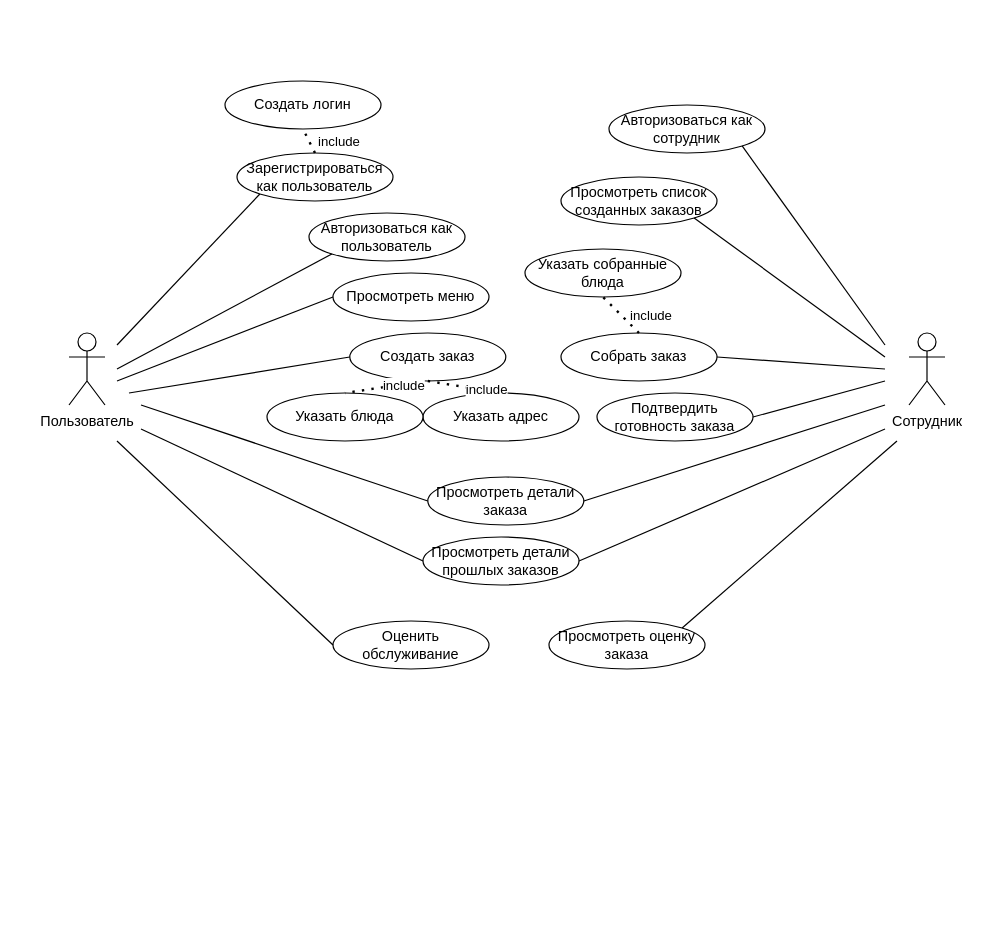
Nuikut/fastapi-react-delivery keeps this draw.io diagram as doc/use-case.drawio. Above is the earlier version. Source tidied: cells renumbered, new cells numbered last; positions are measured from the earlier drawing's top-left corner, leaving out a move shared by most shapes. Both pictures are drawn from the tidied source at 120%, with x=0, y=0 at pixel (68, 80).
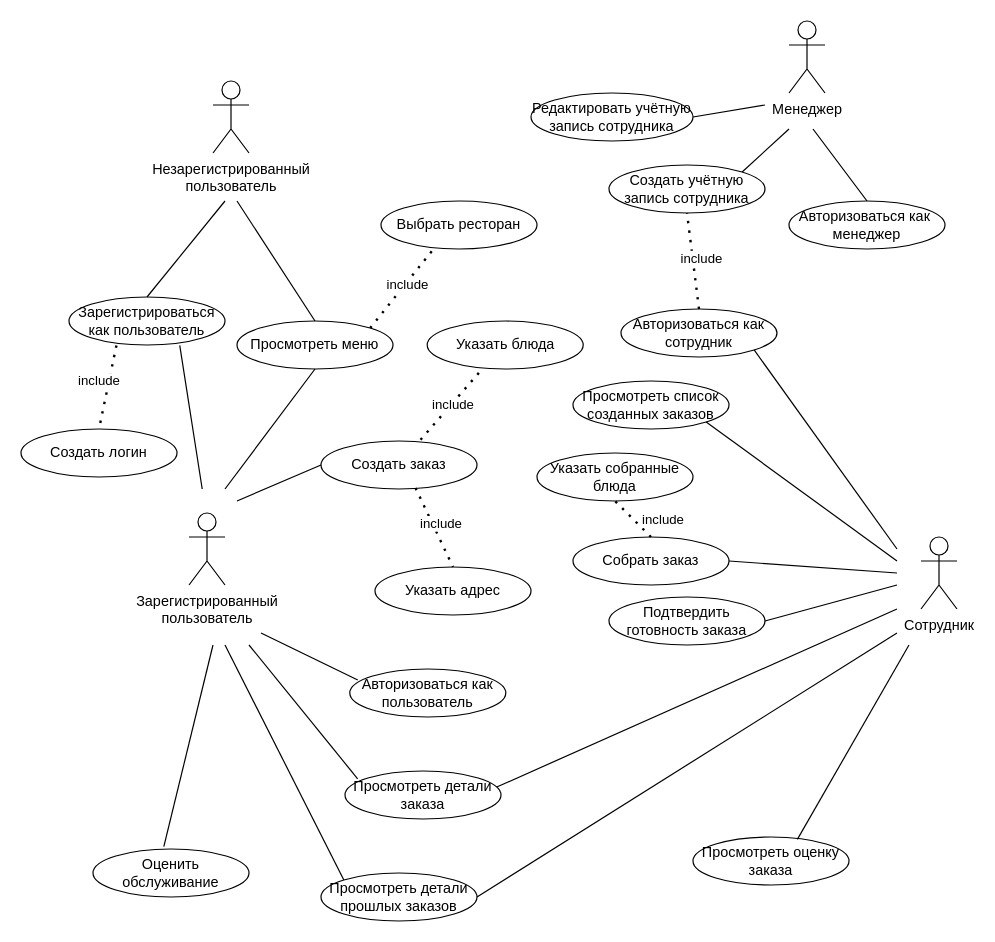
The same page after the edit.

The edit, as a diff of the source:
```diff
@@
-    <mxCell id="2" value="Пользователь" style="shape=umlActor;verticalLabelPosition=bottom;verticalAlign=top;html=1;" parent="1" vertex="1">
-      <mxGeometry y="210" width="30" height="60" as="geometry" />
+    <mxCell id="2" value="Зарегистрированный &lt;br&gt;пользователь" style="shape=umlActor;verticalLabelPosition=bottom;verticalAlign=top;html=1;" parent="1" vertex="1">
+      <mxGeometry x="100" y="360" width="30" height="60" as="geometry" />
     </mxCell>
     <mxCell id="3" value="Сотрудник" style="shape=umlActor;verticalLabelPosition=bottom;verticalAlign=top;html=1;" parent="1" vertex="1">
-      <mxGeometry x="700" y="210" width="30" height="60" as="geometry" />
+      <mxGeometry x="710" y="380" width="30" height="60" as="geometry" />
     </mxCell>
     <mxCell id="4" value="Зарегистрироваться&lt;br&gt;как пользователь" style="ellipse;whiteSpace=wrap;html=1;" parent="1" vertex="1">
-      <mxGeometry x="140" y="60" width="130" height="40" as="geometry" />
+      <mxGeometry y="180" width="130" height="40" as="geometry" />
     </mxCell>
     <mxCell id="5" value="Авторизоваться как пользователь" style="ellipse;whiteSpace=wrap;html=1;" parent="1" vertex="1">
-      <mxGeometry x="200" y="110" width="130" height="40" as="geometry" />
+      <mxGeometry x="234" y="490" width="130" height="40" as="geometry" />
     </mxCell>
     <mxCell id="6" value="Создать заказ" style="ellipse;whiteSpace=wrap;html=1;" parent="1" vertex="1">
-      <mxGeometry x="234" y="210" width="130" height="40" as="geometry" />
+      <mxGeometry x="210" y="300" width="130" height="40" as="geometry" />
     </mxCell>
-    <mxCell id="7" style="endArrow=none;html=1;rounded=0;entryX=0;entryY=1;entryDx=0;entryDy=0;" parent="1" edge="1" target="4">
-      <mxGeometry relative="1" as="geometry">
-        <mxPoint x="40" y="220" as="sourcePoint" />
-      </mxGeometry>
-    </mxCell>
     <mxCell id="8" value="Создать логин" style="ellipse;whiteSpace=wrap;html=1;" parent="1" vertex="1">
-      <mxGeometry x="130" width="130" height="40" as="geometry" />
+      <mxGeometry x="-40" y="290" width="130" height="40" as="geometry" />
     </mxCell>
     <mxCell id="9" value="Указать адрес" style="ellipse;whiteSpace=wrap;html=1;" parent="1" vertex="1">
-      <mxGeometry x="295" y="260" width="130" height="40" as="geometry" />
+      <mxGeometry x="255" y="405" width="130" height="40" as="geometry" />
     </mxCell>
     <mxCell id="10" value="Просмотреть меню" style="ellipse;whiteSpace=wrap;html=1;" parent="1" vertex="1">
-      <mxGeometry x="220" y="160" width="130" height="40" as="geometry" />
+      <mxGeometry x="140" y="200" width="130" height="40" as="geometry" />
     </mxCell>
     <mxCell id="11" value="Указать блюда" style="ellipse;whiteSpace=wrap;html=1;" parent="1" vertex="1">
-      <mxGeometry x="165" y="260" width="130" height="40" as="geometry" />
+      <mxGeometry x="298.5" y="200" width="130" height="40" as="geometry" />
     </mxCell>
-    <mxCell id="12" style="endArrow=none;html=1;rounded=0;exitX=1;exitY=0.3333333333333333;exitDx=0;exitDy=0;exitPerimeter=0;entryX=0;entryY=1;entryDx=0;entryDy=0;" parent="1" edge="1" target="5">
+    <mxCell id="12" style="endArrow=none;html=1;rounded=0;entryX=0.051;entryY=0.228;entryDx=0;entryDy=0;entryPerimeter=0;" parent="1" edge="1" target="5">
       <mxGeometry relative="1" as="geometry">
-        <mxPoint x="40" y="240" as="sourcePoint" />
+        <mxPoint x="160" y="460" as="sourcePoint" />
       </mxGeometry>
     </mxCell>
-    <mxCell id="13" style="endArrow=none;html=1;rounded=0;entryX=0;entryY=0.5;entryDx=0;entryDy=0;" parent="1" edge="1" target="10">
-      <mxGeometry relative="1" as="geometry">
-        <mxPoint x="40" y="250" as="sourcePoint" />
-      </mxGeometry>
-    </mxCell>
-    <mxCell id="14" style="endArrow=none;dashed=1;html=1;dashPattern=1 3;strokeWidth=2;rounded=0;entryX=0.5;entryY=1;entryDx=0;entryDy=0;exitX=0.5;exitY=0;exitDx=0;exitDy=0;" parent="1" edge="1" source="4" target="8">
+    <mxCell id="14" style="endArrow=none;dashed=1;html=1;dashPattern=1 3;strokeWidth=2;rounded=0;entryX=0.5;entryY=0;entryDx=0;entryDy=0;exitX=0.304;exitY=1.008;exitDx=0;exitDy=0;exitPerimeter=0;" parent="1" edge="1" source="4" target="8">
       <mxGeometry relative="1" as="geometry" />
     </mxCell>
     <mxCell id="15" value="include" style="edgeLabel;html=1;align=center;verticalAlign=middle;" parent="14" vertex="1">
       <mxGeometry x="-0.12" y="-2" relative="1" as="geometry">
-        <mxPoint x="22" as="offset" />
+        <mxPoint x="-7" y="-1" as="offset" />
       </mxGeometry>
     </mxCell>
-    <mxCell id="16" style="endArrow=none;html=1;rounded=0;entryX=0;entryY=0.5;entryDx=0;entryDy=0;" parent="1" edge="1" target="6">
-      <mxGeometry relative="1" as="geometry">
-        <mxPoint x="50" y="260" as="sourcePoint" />
-      </mxGeometry>
-    </mxCell>
-    <mxCell id="17" style="endArrow=none;dashed=1;html=1;dashPattern=1 3;strokeWidth=2;rounded=0;entryX=0.5;entryY=0;entryDx=0;entryDy=0;exitX=0.336;exitY=1.071;exitDx=0;exitDy=0;exitPerimeter=0;" parent="1" edge="1" source="6" target="11">
+    <mxCell id="17" style="endArrow=none;dashed=1;html=1;dashPattern=1 3;strokeWidth=2;rounded=0;entryX=0.351;entryY=1.007;entryDx=0;entryDy=0;exitX=0.638;exitY=-0.025;exitDx=0;exitDy=0;entryPerimeter=0;exitPerimeter=0;" parent="1" edge="1" source="6" target="11">
       <mxGeometry relative="1" as="geometry" />
     </mxCell>
     <mxCell id="18" value="include" style="edgeLabel;html=1;align=center;verticalAlign=middle;" parent="17" vertex="1">
       <mxGeometry x="-0.12" y="-2" relative="1" as="geometry">
-        <mxPoint x="22" as="offset" />
+        <mxPoint x="3" y="-5" as="offset" />
       </mxGeometry>
     </mxCell>
-    <mxCell id="19" style="endArrow=none;dashed=1;html=1;dashPattern=1 3;strokeWidth=2;rounded=0;entryX=0.5;entryY=0;entryDx=0;entryDy=0;exitX=0.5;exitY=1;exitDx=0;exitDy=0;" parent="1" edge="1" source="6" target="9">
+    <mxCell id="19" style="endArrow=none;dashed=1;html=1;dashPattern=1 3;strokeWidth=2;rounded=0;entryX=0.5;entryY=0;entryDx=0;entryDy=0;exitX=0.606;exitY=0.978;exitDx=0;exitDy=0;exitPerimeter=0;" parent="1" edge="1" source="6" target="9">
       <mxGeometry relative="1" as="geometry" />
     </mxCell>
     <mxCell id="20" value="include" style="edgeLabel;html=1;align=center;verticalAlign=middle;" parent="19" vertex="1">
       <mxGeometry x="-0.12" y="-2" relative="1" as="geometry">
-        <mxPoint x="22" as="offset" />
+        <mxPoint x="9" as="offset" />
       </mxGeometry>
     </mxCell>
-    <mxCell id="21" style="endArrow=none;html=1;rounded=0;entryX=0;entryY=0.5;entryDx=0;entryDy=0;" parent="1" edge="1" target="41">
+    <mxCell id="21" style="endArrow=none;html=1;rounded=0;entryX=0.081;entryY=0.162;entryDx=0;entryDy=0;entryPerimeter=0;" parent="1" edge="1" target="41">
       <mxGeometry relative="1" as="geometry">
-        <mxPoint x="60" y="270" as="sourcePoint" />
+        <mxPoint x="150" y="470" as="sourcePoint" />
       </mxGeometry>
     </mxCell>
-    <mxCell id="22" style="endArrow=none;html=1;rounded=0;entryX=0;entryY=0.5;entryDx=0;entryDy=0;" parent="1" edge="1" target="40">
+    <mxCell id="22" style="endArrow=none;html=1;rounded=0;entryX=0;entryY=0;entryDx=0;entryDy=0;" parent="1" edge="1" target="40">
       <mxGeometry relative="1" as="geometry">
-        <mxPoint x="60" y="290" as="sourcePoint" />
+        <mxPoint x="130" y="470" as="sourcePoint" />
       </mxGeometry>
     </mxCell>
-    <mxCell id="23" style="endArrow=none;html=1;rounded=0;exitX=1;exitY=0.5;exitDx=0;exitDy=0;" parent="1" edge="1" source="41">
+    <mxCell id="23" style="endArrow=none;html=1;rounded=0;exitX=0.962;exitY=0.35;exitDx=0;exitDy=0;exitPerimeter=0;" parent="1" edge="1" source="41">
       <mxGeometry relative="1" as="geometry">
-        <mxPoint x="680" y="270" as="targetPoint" />
+        <mxPoint x="690" y="440" as="targetPoint" />
       </mxGeometry>
     </mxCell>
     <mxCell id="24" style="endArrow=none;html=1;rounded=0;exitX=1;exitY=0.5;exitDx=0;exitDy=0;" parent="1" edge="1" source="40">
       <mxGeometry relative="1" as="geometry">
-        <mxPoint x="680" y="290" as="targetPoint" />
+        <mxPoint x="690" y="460" as="targetPoint" />
       </mxGeometry>
     </mxCell>
     <mxCell id="25" value="Собрать заказ" style="ellipse;whiteSpace=wrap;html=1;" parent="1" vertex="1">
-      <mxGeometry x="410" y="210" width="130" height="40" as="geometry" />
+      <mxGeometry x="420" y="380" width="130" height="40" as="geometry" />
     </mxCell>
     <mxCell id="26" value="Авторизоваться как сотрудник" style="ellipse;whiteSpace=wrap;html=1;" parent="1" vertex="1">
-      <mxGeometry x="450" y="20" width="130" height="40" as="geometry" />
+      <mxGeometry x="460" y="190" width="130" height="40" as="geometry" />
     </mxCell>
     <mxCell id="27" value="Подтвердить готовность заказа" style="ellipse;whiteSpace=wrap;html=1;" parent="1" vertex="1">
-      <mxGeometry x="440" y="260" width="130" height="40" as="geometry" />
+      <mxGeometry x="450" y="430" width="130" height="40" as="geometry" />
     </mxCell>
     <mxCell id="28" value="Оценить обслуживание" style="ellipse;whiteSpace=wrap;html=1;" parent="1" vertex="1">
-      <mxGeometry x="220" y="450" width="130" height="40" as="geometry" />
+      <mxGeometry x="20" y="640" width="130" height="40" as="geometry" />
     </mxCell>
-    <mxCell id="29" style="endArrow=none;html=1;rounded=0;entryX=0;entryY=0.5;entryDx=0;entryDy=0;" parent="1" edge="1" target="28">
+    <mxCell id="29" style="endArrow=none;html=1;rounded=0;entryX=0.454;entryY=-0.05;entryDx=0;entryDy=0;entryPerimeter=0;" parent="1" edge="1" target="28">
       <mxGeometry relative="1" as="geometry">
-        <mxPoint x="40" y="300" as="sourcePoint" />
+        <mxPoint x="120" y="470" as="sourcePoint" />
       </mxGeometry>
     </mxCell>
     <mxCell id="30" style="endArrow=none;html=1;rounded=0;exitX=1;exitY=0.5;exitDx=0;exitDy=0;" parent="1" edge="1" source="27">
       <mxGeometry relative="1" as="geometry">
-        <mxPoint x="680" y="250" as="targetPoint" />
+        <mxPoint x="690" y="420" as="targetPoint" />
       </mxGeometry>
     </mxCell>
     <mxCell id="31" style="endArrow=none;html=1;rounded=0;exitX=1;exitY=0.5;exitDx=0;exitDy=0;" parent="1" edge="1" source="25">
       <mxGeometry relative="1" as="geometry">
-        <mxPoint x="680" y="240" as="targetPoint" />
+        <mxPoint x="690" y="410" as="targetPoint" />
       </mxGeometry>
     </mxCell>
     <mxCell id="32" style="endArrow=none;html=1;rounded=0;exitX=1;exitY=1;exitDx=0;exitDy=0;" parent="1" edge="1" source="26">
       <mxGeometry relative="1" as="geometry">
-        <mxPoint x="680" y="220" as="targetPoint" />
+        <mxPoint x="690" y="390" as="targetPoint" />
       </mxGeometry>
     </mxCell>
     <mxCell id="33" value="Просмотреть список созданных заказов" style="ellipse;whiteSpace=wrap;html=1;" parent="1" vertex="1">
-      <mxGeometry x="410" y="80" width="130" height="40" as="geometry" />
+      <mxGeometry x="420" y="250" width="130" height="40" as="geometry" />
     </mxCell>
     <mxCell id="34" style="endArrow=none;html=1;rounded=0;exitX=1;exitY=1;exitDx=0;exitDy=0;" parent="1" edge="1" source="33">
       <mxGeometry relative="1" as="geometry">
-        <mxPoint x="680" y="230" as="targetPoint" />
+        <mxPoint x="690" y="400" as="targetPoint" />
       </mxGeometry>
     </mxCell>
     <mxCell id="35" value="Указать собранные блюда" style="ellipse;whiteSpace=wrap;html=1;" parent="1" vertex="1">
-      <mxGeometry x="380" y="140" width="130" height="40" as="geometry" />
+      <mxGeometry x="390" y="310" width="130" height="40" as="geometry" />
     </mxCell>
@@
     <mxCell id="38" value="Просмотреть оценку заказа" style="ellipse;whiteSpace=wrap;html=1;" parent="1" vertex="1">
-      <mxGeometry x="400" y="450" width="130" height="40" as="geometry" />
+      <mxGeometry x="520" y="630" width="130" height="40" as="geometry" />
     </mxCell>
-    <mxCell id="39" style="endArrow=none;html=1;rounded=0;exitX=1;exitY=0;exitDx=0;exitDy=0;" parent="1" edge="1" source="38">
+    <mxCell id="39" style="endArrow=none;html=1;rounded=0;exitX=0.669;exitY=0.05;exitDx=0;exitDy=0;exitPerimeter=0;" parent="1" edge="1" source="38">
       <mxGeometry relative="1" as="geometry">
-        <mxPoint x="690" y="300" as="targetPoint" />
+        <mxPoint x="700" y="470" as="targetPoint" />
       </mxGeometry>
     </mxCell>
     <mxCell id="40" value="Просмотреть детали прошлых заказов" style="ellipse;whiteSpace=wrap;html=1;" parent="1" vertex="1">
-      <mxGeometry x="295" y="380" width="130" height="40" as="geometry" />
+      <mxGeometry x="210" y="660" width="130" height="40" as="geometry" />
     </mxCell>
     <mxCell id="41" value="Просмотреть детали заказа" style="ellipse;whiteSpace=wrap;html=1;" parent="1" vertex="1">
-      <mxGeometry x="299" y="330" width="130" height="40" as="geometry" />
+      <mxGeometry x="230" y="575" width="130" height="40" as="geometry" />
     </mxCell>
+    <mxCell id="42" value="Менеджер" style="shape=umlActor;verticalLabelPosition=bottom;verticalAlign=top;html=1;" parent="1" vertex="1">
+      <mxGeometry x="600" y="-50" width="30" height="60" as="geometry" />
+    </mxCell>
+    <mxCell id="43" value="Авторизоваться как&amp;nbsp;&lt;br&gt;менеджер" style="ellipse;whiteSpace=wrap;html=1;" parent="1" vertex="1">
+      <mxGeometry x="600" y="100" width="130" height="40" as="geometry" />
+    </mxCell>
+    <mxCell id="44" value="Создать учётную запись сотрудника" style="ellipse;whiteSpace=wrap;html=1;" parent="1" vertex="1">
+      <mxGeometry x="450" y="70" width="130" height="40" as="geometry" />
+    </mxCell>
+    <mxCell id="45" style="endArrow=none;dashed=1;html=1;dashPattern=1 3;strokeWidth=2;rounded=0;entryX=0.5;entryY=1;entryDx=0;entryDy=0;exitX=0.5;exitY=0;exitDx=0;exitDy=0;" parent="1" edge="1" source="26" target="44">
+      <mxGeometry relative="1" as="geometry" />
+    </mxCell>
+    <mxCell id="46" value="include" style="edgeLabel;html=1;align=center;verticalAlign=middle;" parent="45" vertex="1">
+      <mxGeometry x="-0.12" y="-2" relative="1" as="geometry">
+        <mxPoint x="4" y="-8" as="offset" />
+      </mxGeometry>
+    </mxCell>
+    <mxCell id="47" value="Редактировать учётную запись сотрудника" style="ellipse;whiteSpace=wrap;html=1;" parent="1" vertex="1">
+      <mxGeometry x="385" y="10" width="135" height="40" as="geometry" />
+    </mxCell>
+    <mxCell id="48" style="endArrow=none;html=1;rounded=0;entryX=0.5;entryY=0;entryDx=0;entryDy=0;" parent="1" edge="1" target="43">
+      <mxGeometry relative="1" as="geometry">
+        <mxPoint x="620" y="40" as="sourcePoint" />
+      </mxGeometry>
+    </mxCell>
+    <mxCell id="49" style="endArrow=none;html=1;rounded=0;exitX=1;exitY=0;exitDx=0;exitDy=0;" parent="1" edge="1" source="44">
+      <mxGeometry relative="1" as="geometry">
+        <mxPoint x="600" y="40" as="targetPoint" />
+      </mxGeometry>
+    </mxCell>
+    <mxCell id="50" style="endArrow=none;html=1;rounded=0;exitX=1;exitY=0.5;exitDx=0;exitDy=0;" parent="1" edge="1" source="47">
+      <mxGeometry relative="1" as="geometry">
+        <mxPoint x="580" y="20" as="targetPoint" />
+      </mxGeometry>
+    </mxCell>
+    <mxCell id="51" value="Незарегистрированный &lt;br&gt;пользователь" style="shape=umlActor;verticalLabelPosition=bottom;verticalAlign=top;html=1;" parent="1" vertex="1">
+      <mxGeometry x="120" width="30" height="60" as="geometry" />
+    </mxCell>
+    <mxCell id="52" style="endArrow=none;html=1;rounded=0;entryX=0.5;entryY=0;entryDx=0;entryDy=0;" parent="1" edge="1" target="10">
+      <mxGeometry relative="1" as="geometry">
+        <mxPoint x="140" y="100" as="sourcePoint" />
+      </mxGeometry>
+    </mxCell>
+    <mxCell id="53" style="endArrow=none;html=1;rounded=0;entryX=0.5;entryY=0;entryDx=0;entryDy=0;" parent="1" edge="1" target="4">
+      <mxGeometry relative="1" as="geometry">
+        <mxPoint x="130" y="100" as="sourcePoint" />
+      </mxGeometry>
+    </mxCell>
+    <mxCell id="54" style="endArrow=none;html=1;rounded=0;exitX=0.71;exitY=1.007;exitDx=0;exitDy=0;exitPerimeter=0;" parent="1" edge="1" source="4">
+      <mxGeometry relative="1" as="geometry">
+        <mxPoint x="111" y="340" as="targetPoint" />
+      </mxGeometry>
+    </mxCell>
+    <mxCell id="55" style="endArrow=none;html=1;rounded=0;exitX=0.5;exitY=1;exitDx=0;exitDy=0;" parent="1" edge="1" source="10">
+      <mxGeometry relative="1" as="geometry">
+        <mxPoint x="130" y="340" as="targetPoint" />
+      </mxGeometry>
+    </mxCell>
+    <mxCell id="56" style="endArrow=none;html=1;rounded=0;exitX=0;exitY=0.5;exitDx=0;exitDy=0;" parent="1" edge="1" source="6">
+      <mxGeometry relative="1" as="geometry">
+        <mxPoint x="140" y="350" as="targetPoint" />
+      </mxGeometry>
+    </mxCell>
+    <mxCell id="57" style="endArrow=none;dashed=1;html=1;dashPattern=1 3;strokeWidth=2;rounded=0;entryX=0.351;entryY=1.007;entryDx=0;entryDy=0;exitX=1;exitY=0;exitDx=0;exitDy=0;entryPerimeter=0;" parent="1" edge="1" source="10">
+      <mxGeometry relative="1" as="geometry">
+        <mxPoint x="311" y="131" as="targetPoint" />
+      </mxGeometry>
+    </mxCell>
+    <mxCell id="58" value="include" style="edgeLabel;html=1;align=center;verticalAlign=middle;" parent="57" vertex="1">
+      <mxGeometry x="-0.12" y="-2" relative="1" as="geometry">
+        <mxPoint x="3" y="-5" as="offset" />
+      </mxGeometry>
+    </mxCell>
+    <mxCell id="59" value="Выбрать ресторан" style="ellipse;whiteSpace=wrap;html=1;" parent="1" vertex="1">
+      <mxGeometry x="260" y="100" width="130" height="40" as="geometry" />
+    </mxCell>
```
